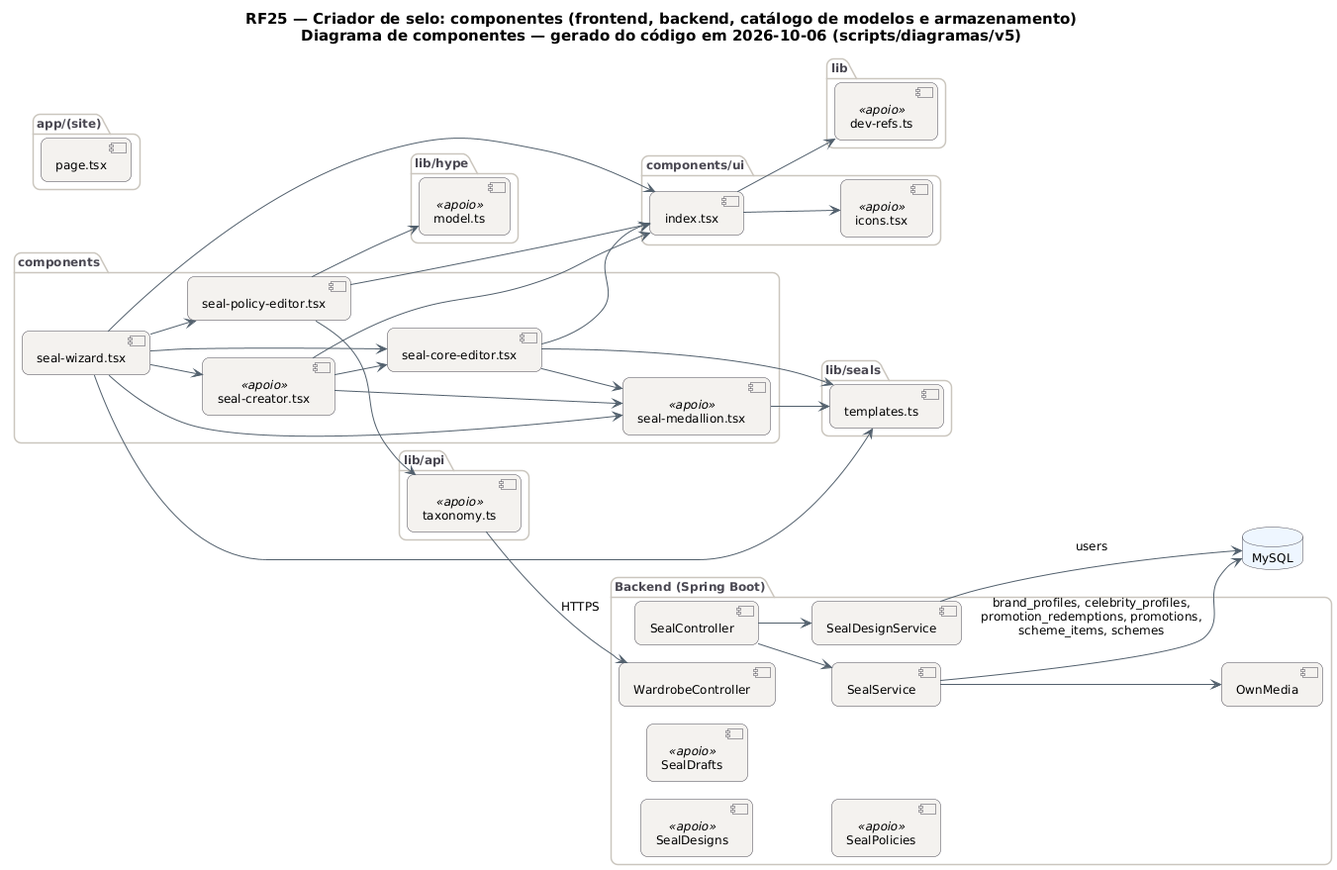
MatheusHaliski/tcc-2026-fashion-ai-backend keeps this PlantUML diagram as docs/diagramas/RF25-criador-de-selos/RF25_Criador_Componentes.png. Above is the earlier version. The source it was exported from:
```plantuml
@startuml RF25_Criador_Componentes
!pragma layout smetana
skinparam backgroundColor #FFFFFF
skinparam shadowing false
skinparam defaultFontName "DejaVu Sans"
skinparam defaultFontSize 12
skinparam titleFontSize 15
skinparam roundcorner 14
skinparam ArrowColor #52606D
skinparam note {
  BackgroundColor #FFFDEB
  BorderColor #D8CE78
  FontColor #554F24
}
skinparam component {
  BackgroundColor #F4F2EF
  BorderColor #4A4852
}
skinparam package {
  BorderColor #CBC6BE
  FontColor #4A4852
}
skinparam database {
  BackgroundColor #EEF6FF
  BorderColor #4A4852
}
skinparam cloud {
  BackgroundColor #F0FBF6
  BorderColor #4A4852
}
left to right direction
title RF25 — Criador de selo: componentes (frontend, backend, catálogo de modelos e armazenamento)\nDiagrama de componentes — gerado do código em 2026-10-06 (scripts/diagramas/v5)

package "app/(site)" {
  component "page.tsx" as m_app__site__page_tsx
}
package "lib/seals" {
  component "templates.ts" as m_lib_seals_templates_ts
}
package "components/ui" {
  component "index.tsx" as m_components_ui_index_tsx
  component "icons.tsx" as m_components_ui_icons_tsx <<apoio>>
}
package "components" {
  component "seal-wizard.tsx" as m_components_seal_wizard_tsx
  component "seal-policy-editor.tsx" as m_components_seal_policy_editor_tsx
  component "seal-core-editor.tsx" as m_components_seal_core_editor_tsx
  component "seal-creator.tsx" as m_components_seal_creator_tsx <<apoio>>
  component "seal-medallion.tsx" as m_components_seal_medallion_tsx <<apoio>>
}
package "lib" {
  component "dev-refs.ts" as m_lib_dev_refs_ts <<apoio>>
}
package "lib/api" {
  component "taxonomy.ts" as m_lib_api_taxonomy_ts <<apoio>>
}
package "lib/hype" {
  component "model.ts" as m_lib_hype_model_ts <<apoio>>
}
package "Backend (Spring Boot)" {
  component "SealController" as SealController
  component "WardrobeController" as WardrobeController
  component "SealDesigns" as SealDesigns <<apoio>>
  component "SealDrafts" as SealDrafts <<apoio>>
  component "OwnMedia" as OwnMedia
  component "SealDesignService" as SealDesignService
  component "SealPolicies" as SealPolicies <<apoio>>
  component "SealService" as SealService
}
database "MySQL" as DB_MySQL
SealController --> SealDesignService
SealController --> SealService
SealDesignService --> DB_MySQL : users
SealService --> DB_MySQL : brand_profiles, celebrity_profiles,\npromotion_redemptions, promotions,\nscheme_items, schemes
SealService --> OwnMedia
m_components_seal_core_editor_tsx --> m_components_seal_medallion_tsx
m_components_seal_core_editor_tsx --> m_components_ui_index_tsx
m_components_seal_core_editor_tsx --> m_lib_seals_templates_ts
m_components_seal_creator_tsx --> m_components_seal_core_editor_tsx
m_components_seal_creator_tsx --> m_components_seal_medallion_tsx
m_components_seal_creator_tsx --> m_components_ui_index_tsx
m_components_seal_medallion_tsx --> m_lib_seals_templates_ts
m_components_seal_policy_editor_tsx --> m_components_ui_index_tsx
m_components_seal_policy_editor_tsx --> m_lib_api_taxonomy_ts
m_components_seal_policy_editor_tsx --> m_lib_hype_model_ts
m_components_seal_wizard_tsx --> m_components_seal_core_editor_tsx
m_components_seal_wizard_tsx --> m_components_seal_creator_tsx
m_components_seal_wizard_tsx --> m_components_seal_medallion_tsx
m_components_seal_wizard_tsx --> m_components_seal_policy_editor_tsx
m_components_seal_wizard_tsx --> m_components_ui_index_tsx
m_components_seal_wizard_tsx --> m_lib_seals_templates_ts
m_components_ui_index_tsx --> m_components_ui_icons_tsx
m_components_ui_index_tsx --> m_lib_dev_refs_ts
m_lib_api_taxonomy_ts --> WardrobeController : HTTPS
@enduml
```
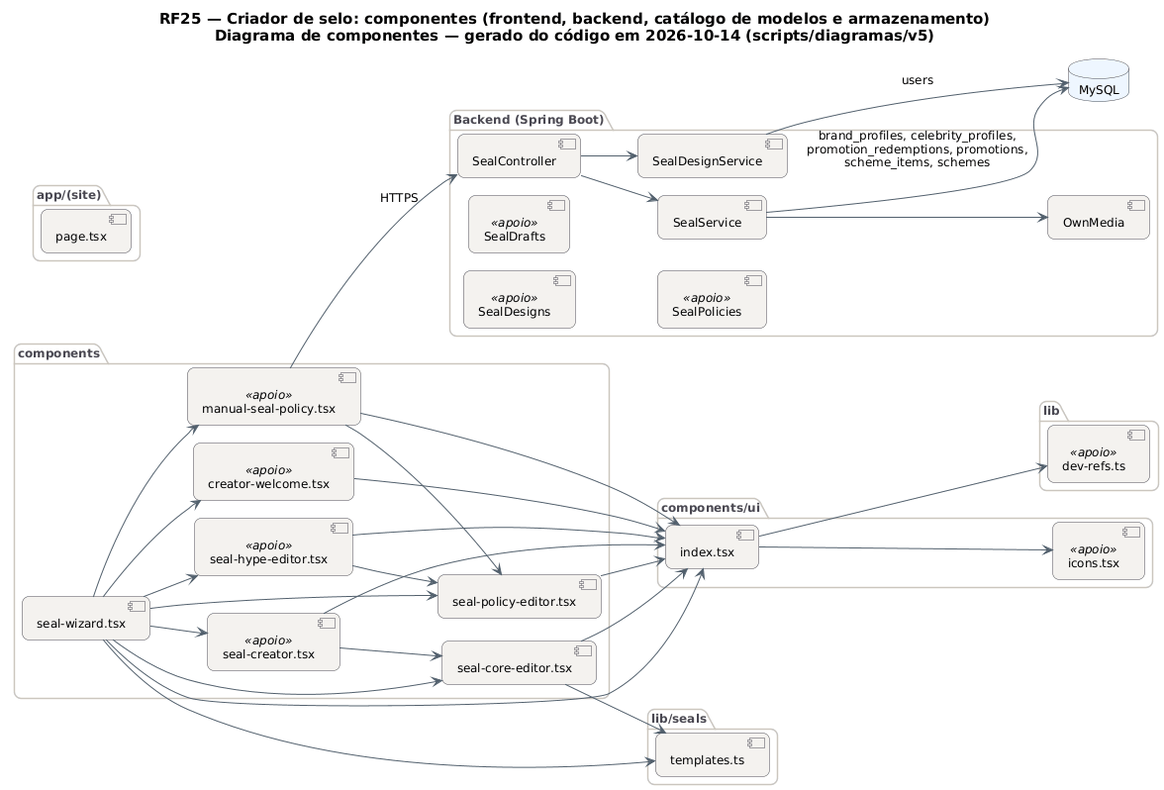
The same file after the commit.

Diff of the diagram source:
```diff
@@ -29,7 +29,7 @@
   BorderColor #4A4852
 }
 left to right direction
-title RF25 — Criador de selo: componentes (frontend, backend, catálogo de modelos e armazenamento)\nDiagrama de componentes — gerado do código em 2026-10-06 (scripts/diagramas/v5)
+title RF25 — Criador de selo: componentes (frontend, backend, catálogo de modelos e armazenamento)\nDiagrama de componentes — gerado do código em 2026-10-14 (scripts/diagramas/v5)
 
 package "app/(site)" {
   component "page.tsx" as m_app__site__page_tsx
@@ -45,21 +45,16 @@
   component "seal-wizard.tsx" as m_components_seal_wizard_tsx
   component "seal-policy-editor.tsx" as m_components_seal_policy_editor_tsx
   component "seal-core-editor.tsx" as m_components_seal_core_editor_tsx
+  component "creator-welcome.tsx" as m_components_creator_welcome_tsx <<apoio>>
+  component "manual-seal-policy.tsx" as m_components_manual_seal_policy_tsx <<apoio>>
   component "seal-creator.tsx" as m_components_seal_creator_tsx <<apoio>>
-  component "seal-medallion.tsx" as m_components_seal_medallion_tsx <<apoio>>
+  component "seal-hype-editor.tsx" as m_components_seal_hype_editor_tsx <<apoio>>
 }
 package "lib" {
   component "dev-refs.ts" as m_lib_dev_refs_ts <<apoio>>
 }
-package "lib/api" {
-  component "taxonomy.ts" as m_lib_api_taxonomy_ts <<apoio>>
-}
-package "lib/hype" {
-  component "model.ts" as m_lib_hype_model_ts <<apoio>>
-}
 package "Backend (Spring Boot)" {
   component "SealController" as SealController
-  component "WardrobeController" as WardrobeController
   component "SealDesigns" as SealDesigns <<apoio>>
   component "SealDrafts" as SealDrafts <<apoio>>
   component "OwnMedia" as OwnMedia
@@ -73,23 +68,25 @@
 SealDesignService --> DB_MySQL : users
 SealService --> DB_MySQL : brand_profiles, celebrity_profiles,\npromotion_redemptions, promotions,\nscheme_items, schemes
 SealService --> OwnMedia
-m_components_seal_core_editor_tsx --> m_components_seal_medallion_tsx
+m_components_creator_welcome_tsx --> m_components_ui_index_tsx
+m_components_manual_seal_policy_tsx --> SealController : HTTPS
+m_components_manual_seal_policy_tsx --> m_components_seal_policy_editor_tsx
+m_components_manual_seal_policy_tsx --> m_components_ui_index_tsx
 m_components_seal_core_editor_tsx --> m_components_ui_index_tsx
 m_components_seal_core_editor_tsx --> m_lib_seals_templates_ts
 m_components_seal_creator_tsx --> m_components_seal_core_editor_tsx
-m_components_seal_creator_tsx --> m_components_seal_medallion_tsx
 m_components_seal_creator_tsx --> m_components_ui_index_tsx
-m_components_seal_medallion_tsx --> m_lib_seals_templates_ts
+m_components_seal_hype_editor_tsx --> m_components_seal_policy_editor_tsx
+m_components_seal_hype_editor_tsx --> m_components_ui_index_tsx
 m_components_seal_policy_editor_tsx --> m_components_ui_index_tsx
-m_components_seal_policy_editor_tsx --> m_lib_api_taxonomy_ts
-m_components_seal_policy_editor_tsx --> m_lib_hype_model_ts
+m_components_seal_wizard_tsx --> m_components_creator_welcome_tsx
+m_components_seal_wizard_tsx --> m_components_manual_seal_policy_tsx
 m_components_seal_wizard_tsx --> m_components_seal_core_editor_tsx
 m_components_seal_wizard_tsx --> m_components_seal_creator_tsx
-m_components_seal_wizard_tsx --> m_components_seal_medallion_tsx
+m_components_seal_wizard_tsx --> m_components_seal_hype_editor_tsx
 m_components_seal_wizard_tsx --> m_components_seal_policy_editor_tsx
 m_components_seal_wizard_tsx --> m_components_ui_index_tsx
 m_components_seal_wizard_tsx --> m_lib_seals_templates_ts
 m_components_ui_index_tsx --> m_components_ui_icons_tsx
 m_components_ui_index_tsx --> m_lib_dev_refs_ts
-m_lib_api_taxonomy_ts --> WardrobeController : HTTPS
 @enduml
```
